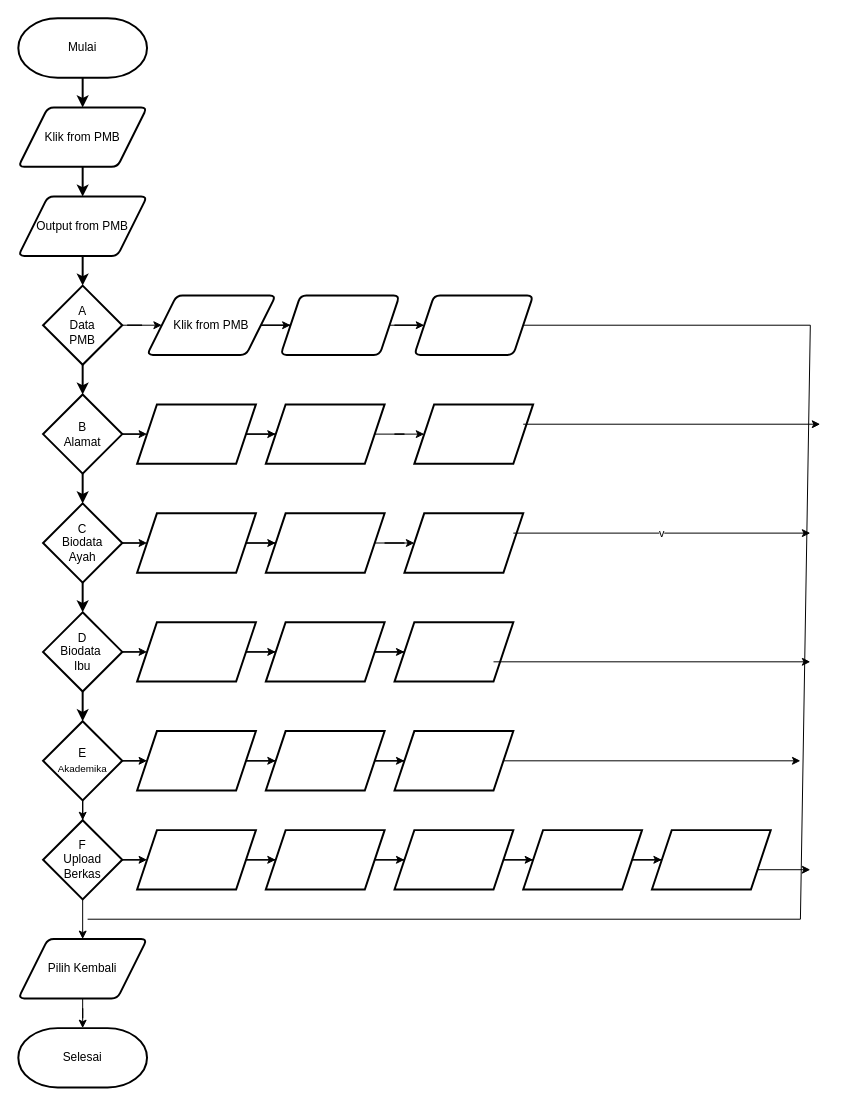
Above: RPL.drawio in Axwdy/axwdy (draw.io), before the change. Source tidied: cells renumbered, new cells numbered last; positions are measured from the earlier drawing's top-left corner, leaving out a move shared by most shapes. Both pictures are drawn from the tidied source at 99%, with x=0, y=0 at pixel (18, 18).
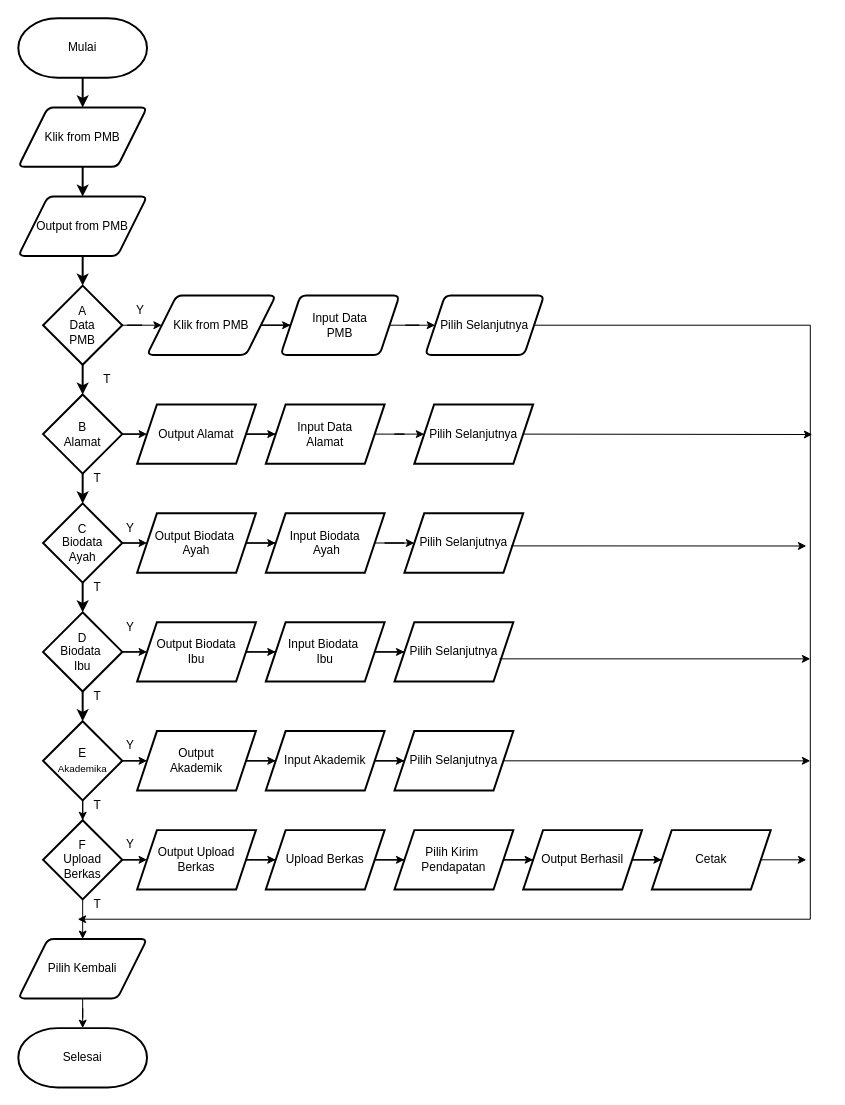
The same page after the edit.

Diff of the diagram source:
```diff
@@
-    <mxCell id="33" style="shape=parallelogram;perimeter=parallelogramPerimeter;whiteSpace=wrap;html=1;fixedSize=1;strokeWidth=2;rounded=1;arcSize=12;" parent="1" vertex="1">
-      <mxGeometry x="400" y="280" width="120" height="60" as="geometry" />
+    <mxCell id="33" value="Pilih Selanjutnya" style="shape=parallelogram;perimeter=parallelogramPerimeter;whiteSpace=wrap;html=1;fixedSize=1;strokeWidth=2;rounded=1;arcSize=12;" parent="1" vertex="1">
+      <mxGeometry x="411" y="280" width="120" height="60" as="geometry" />
     </mxCell>
@@
-    <mxCell id="35" style="shape=parallelogram;perimeter=parallelogramPerimeter;whiteSpace=wrap;html=1;fixedSize=1;strokeWidth=2;" parent="1" vertex="1">
+    <mxCell id="35" value="Output Alamat" style="shape=parallelogram;perimeter=parallelogramPerimeter;whiteSpace=wrap;html=1;fixedSize=1;strokeWidth=2;" parent="1" vertex="1">
       <mxGeometry x="120" y="390" width="120" height="60" as="geometry" />
     </mxCell>
@@
-    <mxCell id="37" style="shape=parallelogram;perimeter=parallelogramPerimeter;whiteSpace=wrap;html=1;fixedSize=1;strokeWidth=2;" parent="1" vertex="1">
+    <mxCell id="37" value="Input Data &lt;br&gt;Alamat" style="shape=parallelogram;perimeter=parallelogramPerimeter;whiteSpace=wrap;html=1;fixedSize=1;strokeWidth=2;" parent="1" vertex="1">
       <mxGeometry x="250" y="390" width="120" height="60" as="geometry" />
     </mxCell>
-    <mxCell id="38" style="shape=parallelogram;perimeter=parallelogramPerimeter;whiteSpace=wrap;html=1;fixedSize=1;strokeWidth=2;" parent="1" vertex="1">
+    <mxCell id="38" value="Pilih Selanjutnya" style="shape=parallelogram;perimeter=parallelogramPerimeter;whiteSpace=wrap;html=1;fixedSize=1;strokeWidth=2;" parent="1" vertex="1">
       <mxGeometry x="400" y="390" width="120" height="60" as="geometry" />
     </mxCell>
@@
-    <mxCell id="40" style="shape=parallelogram;perimeter=parallelogramPerimeter;whiteSpace=wrap;html=1;fixedSize=1;strokeWidth=2;" parent="1" vertex="1">
+    <mxCell id="40" value="Output Biodata&amp;nbsp;&lt;br&gt;Ayah" style="shape=parallelogram;perimeter=parallelogramPerimeter;whiteSpace=wrap;html=1;fixedSize=1;strokeWidth=2;" parent="1" vertex="1">
       <mxGeometry x="120" y="500" width="120" height="60" as="geometry" />
     </mxCell>
@@
-    <mxCell id="42" style="shape=parallelogram;perimeter=parallelogramPerimeter;whiteSpace=wrap;html=1;fixedSize=1;strokeWidth=2;" parent="1" vertex="1">
+    <mxCell id="42" value="Input Biodata&lt;br&gt;&amp;nbsp;Ayah" style="shape=parallelogram;perimeter=parallelogramPerimeter;whiteSpace=wrap;html=1;fixedSize=1;strokeWidth=2;" parent="1" vertex="1">
       <mxGeometry x="250" y="500" width="120" height="60" as="geometry" />
     </mxCell>
-    <mxCell id="43" style="shape=parallelogram;perimeter=parallelogramPerimeter;whiteSpace=wrap;html=1;fixedSize=1;strokeWidth=2;" parent="1" vertex="1">
+    <mxCell id="43" value="Pilih Selanjutnya" style="shape=parallelogram;perimeter=parallelogramPerimeter;whiteSpace=wrap;html=1;fixedSize=1;strokeWidth=2;" parent="1" vertex="1">
       <mxGeometry x="390" y="500" width="120" height="60" as="geometry" />
     </mxCell>
@@
-    <mxCell id="45" style="shape=parallelogram;perimeter=parallelogramPerimeter;whiteSpace=wrap;html=1;fixedSize=1;strokeWidth=2;" parent="1" vertex="1">
+    <mxCell id="45" value="Output Biodata &lt;br&gt;Ibu" style="shape=parallelogram;perimeter=parallelogramPerimeter;whiteSpace=wrap;html=1;fixedSize=1;strokeWidth=2;" parent="1" vertex="1">
       <mxGeometry x="120" y="610" width="120" height="60" as="geometry" />
     </mxCell>
@@
-    <mxCell id="47" style="shape=parallelogram;perimeter=parallelogramPerimeter;whiteSpace=wrap;html=1;fixedSize=1;strokeWidth=2;" parent="1" vertex="1">
+    <mxCell id="47" value="Input Biodata&amp;nbsp;&lt;br&gt;Ibu" style="shape=parallelogram;perimeter=parallelogramPerimeter;whiteSpace=wrap;html=1;fixedSize=1;strokeWidth=2;" parent="1" vertex="1">
       <mxGeometry x="250" y="610" width="120" height="60" as="geometry" />
     </mxCell>
-    <mxCell id="48" style="shape=parallelogram;perimeter=parallelogramPerimeter;whiteSpace=wrap;html=1;fixedSize=1;strokeWidth=2;" parent="1" vertex="1">
+    <mxCell id="48" value="Pilih Selanjutnya" style="shape=parallelogram;perimeter=parallelogramPerimeter;whiteSpace=wrap;html=1;fixedSize=1;strokeWidth=2;" parent="1" vertex="1">
       <mxGeometry x="380" y="610" width="120" height="60" as="geometry" />
     </mxCell>
@@
-    <mxCell id="50" style="shape=parallelogram;perimeter=parallelogramPerimeter;whiteSpace=wrap;html=1;fixedSize=1;strokeWidth=2;" parent="1" vertex="1">
+    <mxCell id="50" value="Output &lt;br&gt;Akademik" style="shape=parallelogram;perimeter=parallelogramPerimeter;whiteSpace=wrap;html=1;fixedSize=1;strokeWidth=2;" parent="1" vertex="1">
       <mxGeometry x="120" y="720" width="120" height="60" as="geometry" />
     </mxCell>
@@
-    <mxCell id="52" style="shape=parallelogram;perimeter=parallelogramPerimeter;whiteSpace=wrap;html=1;fixedSize=1;strokeWidth=2;" parent="1" vertex="1">
+    <mxCell id="52" value="Input Akademik" style="shape=parallelogram;perimeter=parallelogramPerimeter;whiteSpace=wrap;html=1;fixedSize=1;strokeWidth=2;" parent="1" vertex="1">
       <mxGeometry x="250" y="720" width="120" height="60" as="geometry" />
     </mxCell>
-    <mxCell id="53" style="shape=parallelogram;perimeter=parallelogramPerimeter;whiteSpace=wrap;html=1;fixedSize=1;strokeWidth=2;" parent="1" vertex="1">
+    <mxCell id="53" value="Pilih Selanjutnya" style="shape=parallelogram;perimeter=parallelogramPerimeter;whiteSpace=wrap;html=1;fixedSize=1;strokeWidth=2;" parent="1" vertex="1">
       <mxGeometry x="380" y="720" width="120" height="60" as="geometry" />
     </mxCell>
@@
-    <mxCell id="55" style="shape=parallelogram;perimeter=parallelogramPerimeter;whiteSpace=wrap;html=1;fixedSize=1;strokeWidth=2;" parent="1" vertex="1">
+    <mxCell id="55" value="Output Upload&lt;br&gt;Berkas" style="shape=parallelogram;perimeter=parallelogramPerimeter;whiteSpace=wrap;html=1;fixedSize=1;strokeWidth=2;" parent="1" vertex="1">
       <mxGeometry x="120" y="820" width="120" height="60" as="geometry" />
     </mxCell>
@@
-    <mxCell id="57" style="shape=parallelogram;perimeter=parallelogramPerimeter;whiteSpace=wrap;html=1;fixedSize=1;strokeWidth=2;" parent="1" vertex="1">
+    <mxCell id="57" value="Upload Berkas" style="shape=parallelogram;perimeter=parallelogramPerimeter;whiteSpace=wrap;html=1;fixedSize=1;strokeWidth=2;" parent="1" vertex="1">
       <mxGeometry x="250" y="820" width="120" height="60" as="geometry" />
     </mxCell>
@@
-    <mxCell id="59" style="shape=parallelogram;perimeter=parallelogramPerimeter;whiteSpace=wrap;html=1;fixedSize=1;strokeWidth=2;" parent="1" vertex="1">
+    <mxCell id="59" value="Pilih Kirim&amp;nbsp;&lt;br&gt;Pendapatan" style="shape=parallelogram;perimeter=parallelogramPerimeter;whiteSpace=wrap;html=1;fixedSize=1;strokeWidth=2;" parent="1" vertex="1">
       <mxGeometry x="380" y="820" width="120" height="60" as="geometry" />
     </mxCell>
@@
     <mxCell id="61" style="endArrow=none;html=1;rounded=0;" parent="1" edge="1">
       <mxGeometry relative="1" as="geometry">
-        <mxPoint x="790" y="910" as="sourcePoint" />
+        <mxPoint x="800" y="910" as="sourcePoint" />
         <mxPoint x="800" y="310" as="targetPoint" />
       </mxGeometry>
     </mxCell>
-    <mxCell id="62" style="endArrow=none;html=1;rounded=0;" parent="1" edge="1">
-      <mxGeometry relative="1" as="geometry">
-        <mxPoint x="70" y="910" as="sourcePoint" />
-        <mxPoint x="790" y="910" as="targetPoint" />
-      </mxGeometry>
-    </mxCell>
-    <mxCell id="63" style="endArrow=none;html=1;rounded=0;" parent="1" edge="1">
-      <mxGeometry relative="1" as="geometry">
-        <mxPoint x="650" y="860" as="sourcePoint" />
-        <mxPoint x="750" y="860" as="targetPoint" />
-      </mxGeometry>
-    </mxCell>
@@
-    <mxCell id="65" style="shape=parallelogram;perimeter=parallelogramPerimeter;whiteSpace=wrap;html=1;fixedSize=1;strokeWidth=2;" parent="1" vertex="1">
+    <mxCell id="65" value="Output Berhasil" style="shape=parallelogram;perimeter=parallelogramPerimeter;whiteSpace=wrap;html=1;fixedSize=1;strokeWidth=2;" parent="1" vertex="1">
       <mxGeometry x="510" y="820" width="120" height="60" as="geometry" />
     </mxCell>
-    <mxCell id="66" style="shape=parallelogram;perimeter=parallelogramPerimeter;whiteSpace=wrap;html=1;fixedSize=1;strokeWidth=2;" parent="1" vertex="1">
+    <mxCell id="66" value="Cetak" style="shape=parallelogram;perimeter=parallelogramPerimeter;whiteSpace=wrap;html=1;fixedSize=1;strokeWidth=2;" parent="1" vertex="1">
       <mxGeometry x="640" y="820" width="120" height="60" as="geometry" />
     </mxCell>
     <mxCell id="67" style="endArrow=classic;html=1;rounded=0;exitX=1;exitY=0.5;exitDx=0;exitDy=0;" parent="1" edge="1" source="53">
       <mxGeometry relative="1" as="geometry">
-        <mxPoint x="790" y="750" as="targetPoint" />
+        <mxPoint x="800" y="750" as="targetPoint" />
       </mxGeometry>
     </mxCell>
     <mxCell id="68" style="endArrow=classic;html=1;rounded=0;exitX=1;exitY=0.5;exitDx=0;exitDy=0;" parent="1" edge="1">
       <mxGeometry relative="1" as="geometry">
-        <mxPoint x="480" y="650" as="sourcePoint" />
-        <mxPoint x="800" y="650" as="targetPoint" />
+        <mxPoint x="486" y="647" as="sourcePoint" />
+        <mxPoint x="800" y="647" as="targetPoint" />
       </mxGeometry>
     </mxCell>
-    <mxCell id="69" style="endArrow=classic;html=1;rounded=0;exitX=1;exitY=0.5;exitDx=0;exitDy=0;" parent="1" edge="1">
+    <mxCell id="69" style="endArrow=classic;html=1;rounded=0;" parent="1" edge="1">
       <mxGeometry relative="1" as="geometry">
-        <mxPoint x="510" y="410" as="sourcePoint" />
-        <mxPoint x="810" y="410" as="targetPoint" />
+        <mxPoint x="510" y="420" as="sourcePoint" />
+        <mxPoint x="802" y="420.4" as="targetPoint" />
       </mxGeometry>
     </mxCell>
-    <mxCell id="70" value="v" style="endArrow=classic;html=1;rounded=0;exitX=1;exitY=0.5;exitDx=0;exitDy=0;" parent="1" edge="1">
-      <mxGeometry relative="1" as="geometry">
-        <mxPoint x="500" y="520" as="sourcePoint" />
-        <mxPoint x="800" y="520" as="targetPoint" />
-      </mxGeometry>
-    </mxCell>
     <mxCell id="71" style="endArrow=classic;html=1;rounded=0;" parent="1" edge="1">
       <mxGeometry relative="1" as="geometry">
-        <mxPoint x="750" y="860" as="sourcePoint" />
-        <mxPoint x="800" y="860" as="targetPoint" />
+        <mxPoint x="750" y="850" as="sourcePoint" />
+        <mxPoint x="796" y="850" as="targetPoint" />
       </mxGeometry>
     </mxCell>
+    <mxCell id="72" value="&lt;span style=&quot;white-space: pre;&quot;&gt;&#9;&lt;/span&gt;Y" style="text;html=1;strokeColor=none;fillColor=none;align=center;verticalAlign=middle;whiteSpace=wrap;rounded=0;" parent="1" vertex="1">
+      <mxGeometry x="80" y="280" width="60" height="30" as="geometry" />
+    </mxCell>
+    <mxCell id="73" value="&lt;span style=&quot;white-space: pre;&quot;&gt;&#9;&lt;/span&gt;Y" style="text;html=1;strokeColor=none;fillColor=none;align=center;verticalAlign=middle;whiteSpace=wrap;rounded=0;" parent="1" vertex="1">
+      <mxGeometry x="70" y="820" width="60" height="30" as="geometry" />
+    </mxCell>
+    <mxCell id="74" value="T" style="text;html=1;strokeColor=none;fillColor=none;align=center;verticalAlign=middle;whiteSpace=wrap;rounded=0;" parent="1" vertex="1">
+      <mxGeometry x="50" y="880" width="60" height="30" as="geometry" />
+    </mxCell>
+    <mxCell id="75" value="&lt;span style=&quot;white-space: pre;&quot;&gt;&#9;&lt;/span&gt;Y" style="text;html=1;strokeColor=none;fillColor=none;align=center;verticalAlign=middle;whiteSpace=wrap;rounded=0;" parent="1" vertex="1">
+      <mxGeometry x="70" y="720" width="60" height="30" as="geometry" />
+    </mxCell>
+    <mxCell id="76" value="&lt;span style=&quot;white-space: pre;&quot;&gt;&#9;&lt;/span&gt;Y" style="text;html=1;strokeColor=none;fillColor=none;align=center;verticalAlign=middle;whiteSpace=wrap;rounded=0;" parent="1" vertex="1">
+      <mxGeometry x="70" y="600" width="60" height="30" as="geometry" />
+    </mxCell>
+    <mxCell id="77" value="&lt;span style=&quot;white-space: pre;&quot;&gt;&#9;&lt;/span&gt;Y" style="text;html=1;strokeColor=none;fillColor=none;align=center;verticalAlign=middle;whiteSpace=wrap;rounded=0;" parent="1" vertex="1">
+      <mxGeometry x="70" y="500" width="60" height="30" as="geometry" />
+    </mxCell>
+    <mxCell id="78" style="endArrow=classic;html=1;rounded=0;" parent="1" edge="1">
+      <mxGeometry relative="1" as="geometry">
+        <mxPoint x="800" y="910" as="sourcePoint" />
+        <mxPoint x="60" y="910" as="targetPoint" />
+      </mxGeometry>
+    </mxCell>
+    <mxCell id="79" value="Input Data PMB" style="text;html=1;strokeColor=none;fillColor=none;align=center;verticalAlign=middle;whiteSpace=wrap;rounded=0;" parent="1" vertex="1">
+      <mxGeometry x="295" y="295" width="60" height="30" as="geometry" />
+    </mxCell>
+    <mxCell id="80" style="endArrow=classic;html=1;rounded=0;exitX=0.897;exitY=0.649;exitDx=0;exitDy=0;exitPerimeter=0;" parent="1" edge="1">
+      <mxGeometry relative="1" as="geometry">
+        <mxPoint x="497.6" y="532.9" as="sourcePoint" />
+        <mxPoint x="796" y="533" as="targetPoint" />
+      </mxGeometry>
+    </mxCell>
+    <mxCell id="81" value="T" style="text;html=1;strokeColor=none;fillColor=none;align=center;verticalAlign=middle;whiteSpace=wrap;rounded=0;" parent="1" vertex="1">
+      <mxGeometry x="60" y="350" width="60" height="30" as="geometry" />
+    </mxCell>
+    <mxCell id="82" value="T" style="text;html=1;strokeColor=none;fillColor=none;align=center;verticalAlign=middle;whiteSpace=wrap;rounded=0;" parent="1" vertex="1">
+      <mxGeometry x="50" y="450" width="60" height="30" as="geometry" />
+    </mxCell>
+    <mxCell id="83" value="T" style="text;html=1;strokeColor=none;fillColor=none;align=center;verticalAlign=middle;whiteSpace=wrap;rounded=0;" parent="1" vertex="1">
+      <mxGeometry x="50" y="560" width="60" height="30" as="geometry" />
+    </mxCell>
+    <mxCell id="84" value="T" style="text;html=1;strokeColor=none;fillColor=none;align=center;verticalAlign=middle;whiteSpace=wrap;rounded=0;" parent="1" vertex="1">
+      <mxGeometry x="50" y="670" width="60" height="30" as="geometry" />
+    </mxCell>
+    <mxCell id="85" value="T" style="text;html=1;strokeColor=none;fillColor=none;align=center;verticalAlign=middle;whiteSpace=wrap;rounded=0;" parent="1" vertex="1">
+      <mxGeometry x="50" y="780" width="60" height="30" as="geometry" />
+    </mxCell>
```
